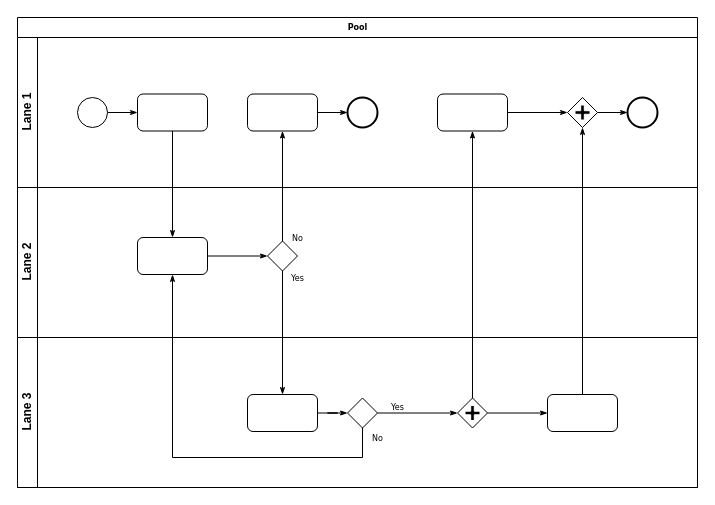
Above: Untitled Diagram.drawio in shanemuk/waiting-lists (draw.io), before the change. Source tidied: cells renumbered, new cells numbered last; positions are measured from the earlier drawing's top-left corner, leaving out a move shared by most shapes. Both pictures are drawn from the tidied source at 100%, with x=0, y=0 at pixel (17, 17).
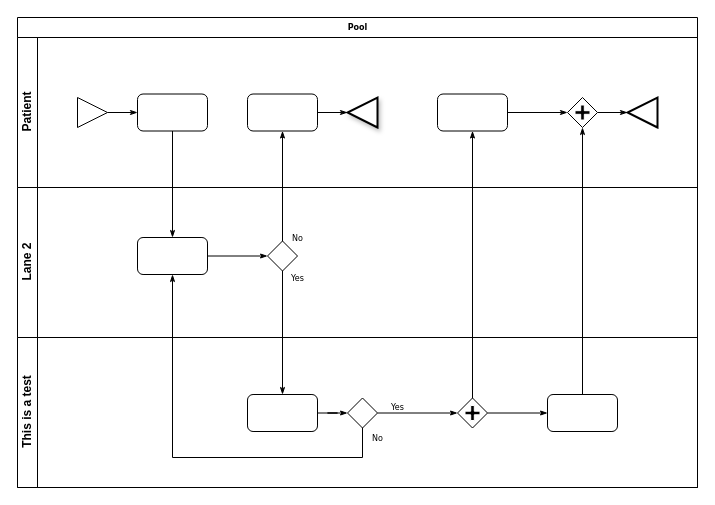
The same diagram, later.

Unchanged cells that the change refers to:
```xml
<mxCell id="2" value="Pool" style="swimlane;html=1;horizontal=1;startSize=20;rounded=0;shadow=0;labelBackgroundColor=none;strokeWidth=1;fontFamily=Verdana;fontSize=8;align=center;" parent="1" vertex="1">
  <mxGeometry width="680" height="470" as="geometry" />
</mxCell>
```

What changed in the source:
```diff
@@
-    <mxCell id="3" value="Lane 1" style="swimlane;html=1;startSize=20;horizontal=0;" parent="2" vertex="1">
+    <mxCell id="3" value="Patient" style="swimlane;html=1;startSize=20;horizontal=0;" parent="2" vertex="1">
       <mxGeometry y="20" width="680" height="150" as="geometry" />
     </mxCell>
@@
-    <mxCell id="5" style="ellipse;whiteSpace=wrap;html=1;rounded=0;shadow=0;labelBackgroundColor=none;strokeWidth=1;fontFamily=Verdana;fontSize=8;align=center;" parent="3" vertex="1">
+    <mxCell id="5" style="triangle;whiteSpace=wrap;html=1;rounded=0;shadow=0;labelBackgroundColor=none;strokeWidth=1;fontFamily=Verdana;fontSize=8;align=center;direction=east;" parent="3" vertex="1">
       <mxGeometry x="60" y="60" width="30" height="30" as="geometry" />
     </mxCell>
@@
-    <mxCell id="9" style="ellipse;whiteSpace=wrap;html=1;rounded=0;shadow=0;labelBackgroundColor=none;strokeWidth=2;fontFamily=Verdana;fontSize=8;align=center;" parent="3" vertex="1">
+    <mxCell id="9" style="triangle;whiteSpace=wrap;html=1;rounded=0;shadow=1;labelBackgroundColor=none;strokeWidth=2;fontFamily=Verdana;fontSize=8;align=center;direction=west;" parent="3" vertex="1">
       <mxGeometry x="330" y="60" width="30" height="30" as="geometry" />
     </mxCell>
@@
-    <mxCell id="14" style="ellipse;whiteSpace=wrap;html=1;rounded=0;shadow=0;labelBackgroundColor=none;strokeWidth=2;fontFamily=Verdana;fontSize=8;align=center;" parent="3" vertex="1">
+    <mxCell id="14" style="triangle;whiteSpace=wrap;html=1;rounded=0;shadow=0;labelBackgroundColor=none;strokeWidth=2;fontFamily=Verdana;fontSize=8;align=center;direction=west;" parent="3" vertex="1">
       <mxGeometry x="610" y="60" width="30" height="30" as="geometry" />
     </mxCell>
@@
-    <mxCell id="19" value="Lane 3" style="swimlane;html=1;startSize=20;horizontal=0;" parent="2" vertex="1">
+    <mxCell id="19" value="This is a test" style="swimlane;html=1;startSize=20;horizontal=0;" parent="2" vertex="1">
       <mxGeometry y="320" width="680" height="150" as="geometry" />
     </mxCell>
```
